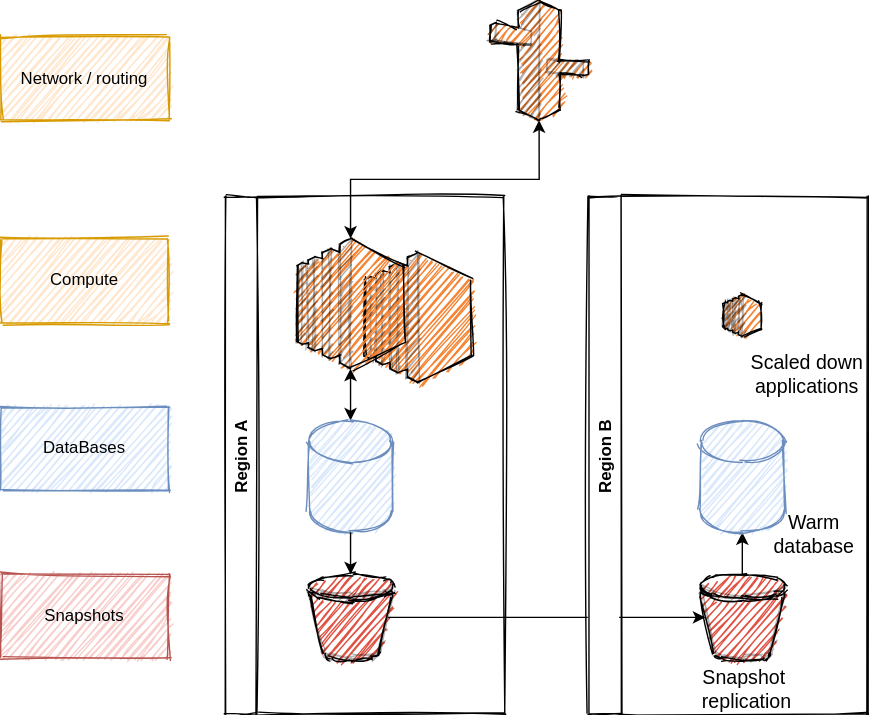
xNok/devops-lean-6sigma-toolbox keeps this draw.io diagram as choas_engineering/active-passive.drawio.svg. Above is the earlier version. Source tidied: cells renumbered, new cells last; positions are measured from the earlier drawing's top-left corner, leaving out a move shared by most shapes.
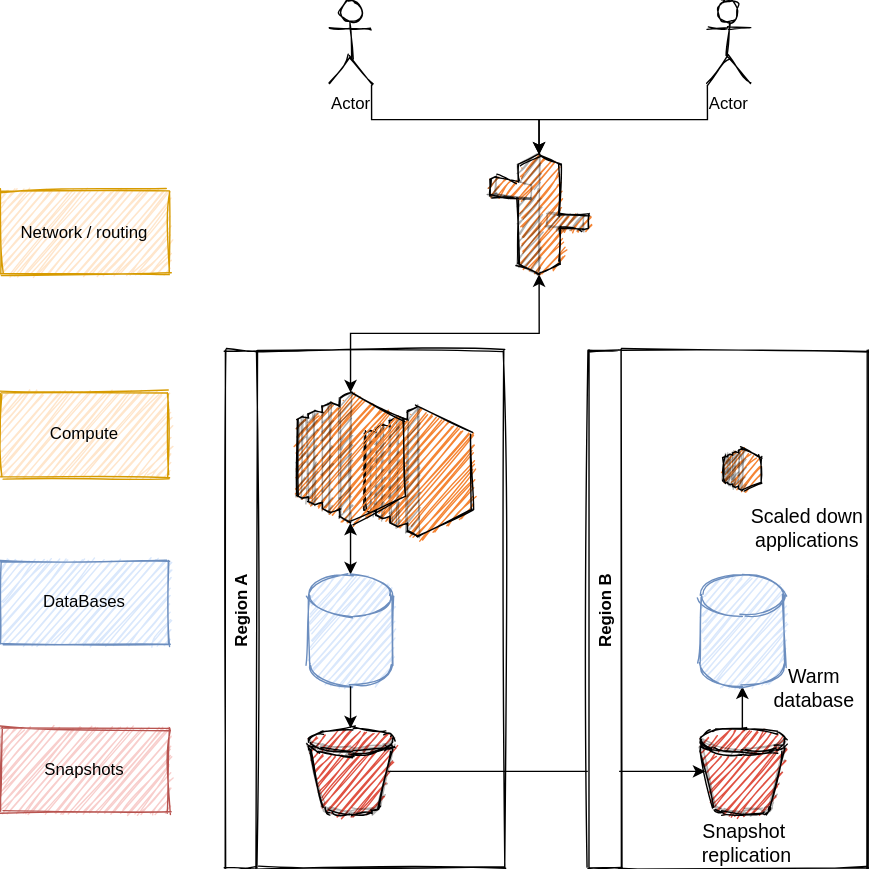
Above is the later version.

Diff of the diagram source:
```diff
@@ -72,5 +72,17 @@
     <mxCell id="23" value="Network / routing" style="rounded=0;whiteSpace=wrap;html=1;sketch=1;fillColor=#ffe6cc;strokeColor=#d79b00;" parent="1" vertex="1">
       <mxGeometry y="25.5" width="120" height="60" as="geometry" />
     </mxCell>
+    <mxCell id="24" style="edgeStyle=orthogonalEdgeStyle;rounded=0;jettySize=auto;html=1;exitX=1;exitY=1;exitDx=0;exitDy=0;exitPerimeter=0;startArrow=none;startFill=0;endArrow=classic;endFill=1;" parent="1" edge="1" source="25" target="21">
+      <mxGeometry relative="1" as="geometry" />
+    </mxCell>
+    <mxCell id="25" value="Actor" style="shape=umlActor;verticalLabelPosition=bottom;verticalAlign=top;html=1;outlineConnect=0;glass=0;sketch=1;" parent="1" vertex="1">
+      <mxGeometry x="235" y="-110" width="30" height="60" as="geometry" />
+    </mxCell>
+    <mxCell id="26" style="edgeStyle=orthogonalEdgeStyle;rounded=0;jettySize=auto;html=1;exitX=0;exitY=1;exitDx=0;exitDy=0;exitPerimeter=0;startArrow=none;startFill=0;endArrow=classic;endFill=1;" parent="1" edge="1" source="27" target="21">
+      <mxGeometry relative="1" as="geometry" />
+    </mxCell>
+    <mxCell id="27" value="Actor" style="shape=umlActor;verticalLabelPosition=bottom;verticalAlign=top;html=1;outlineConnect=0;glass=0;sketch=1;" parent="1" vertex="1">
+      <mxGeometry x="505" y="-110" width="30" height="60" as="geometry" />
+    </mxCell>
   </root>
 </mxGraphModel>
```
